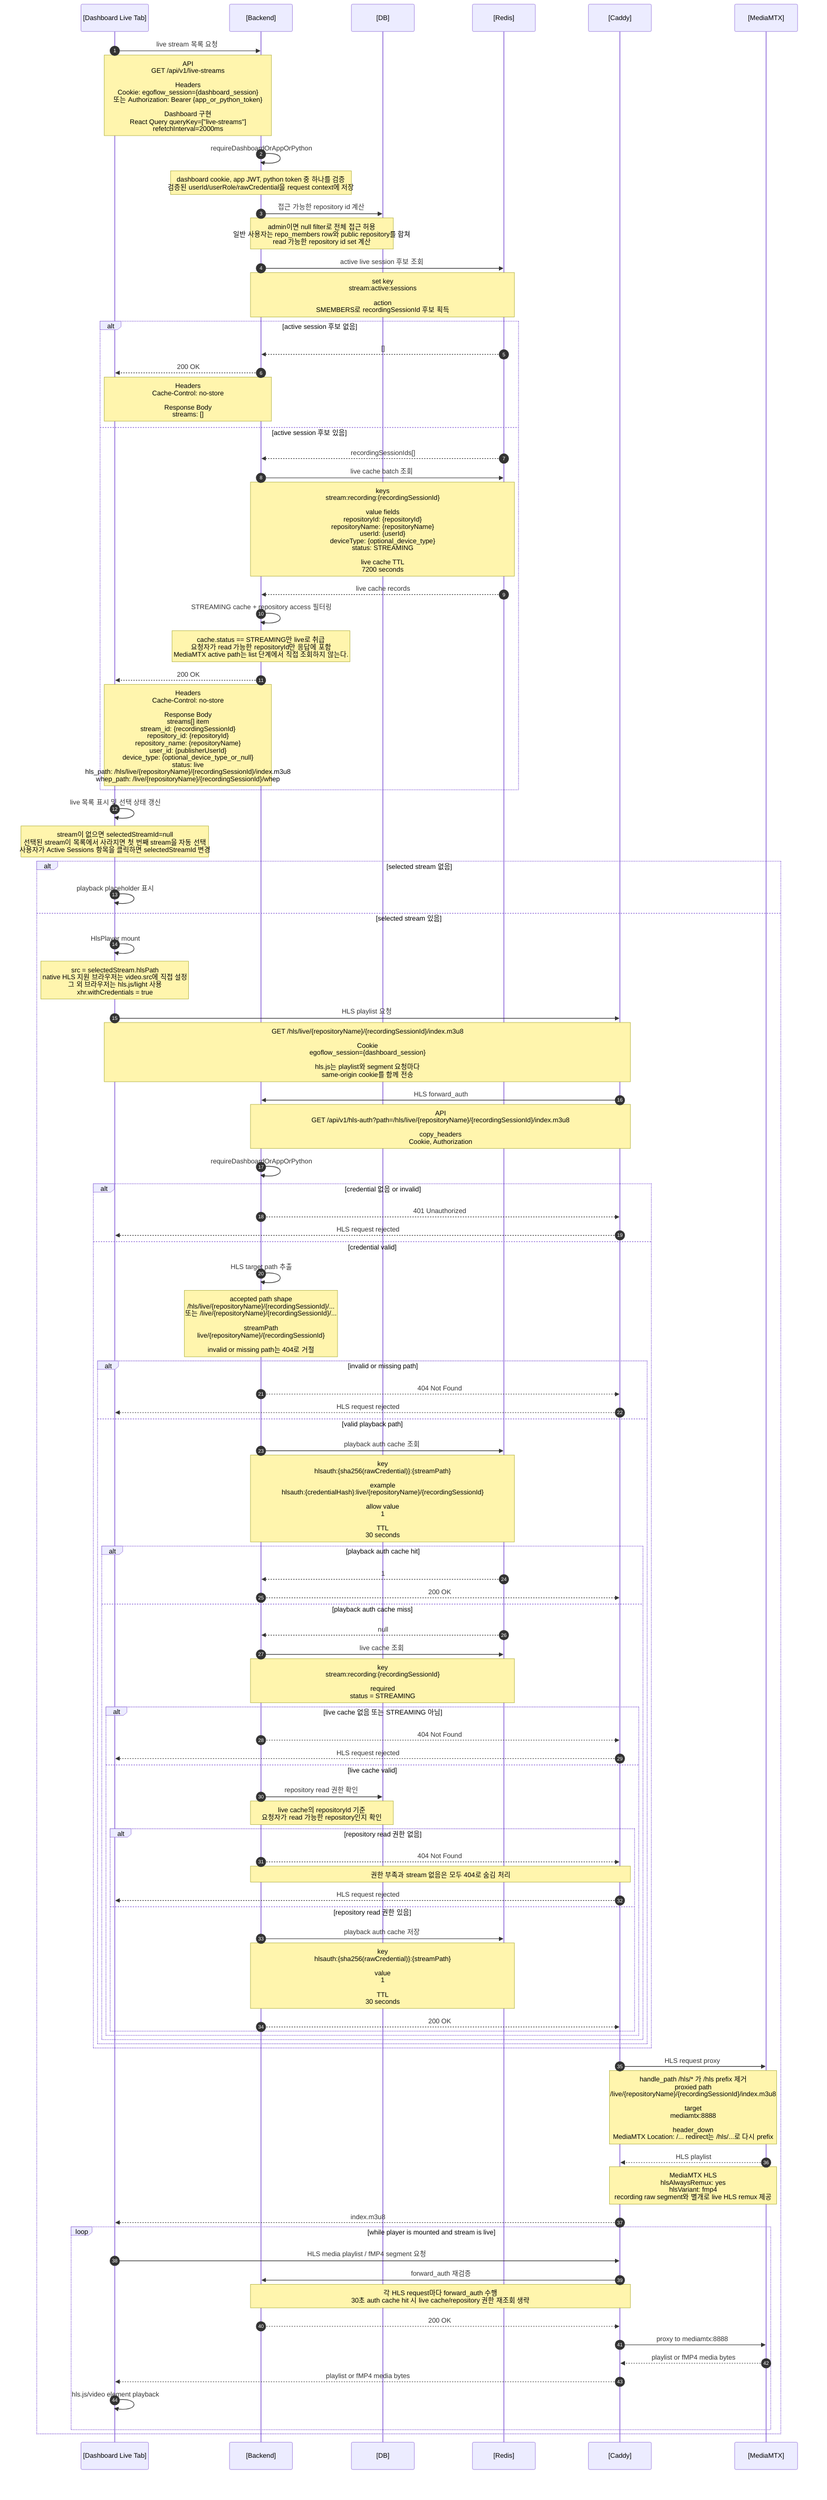
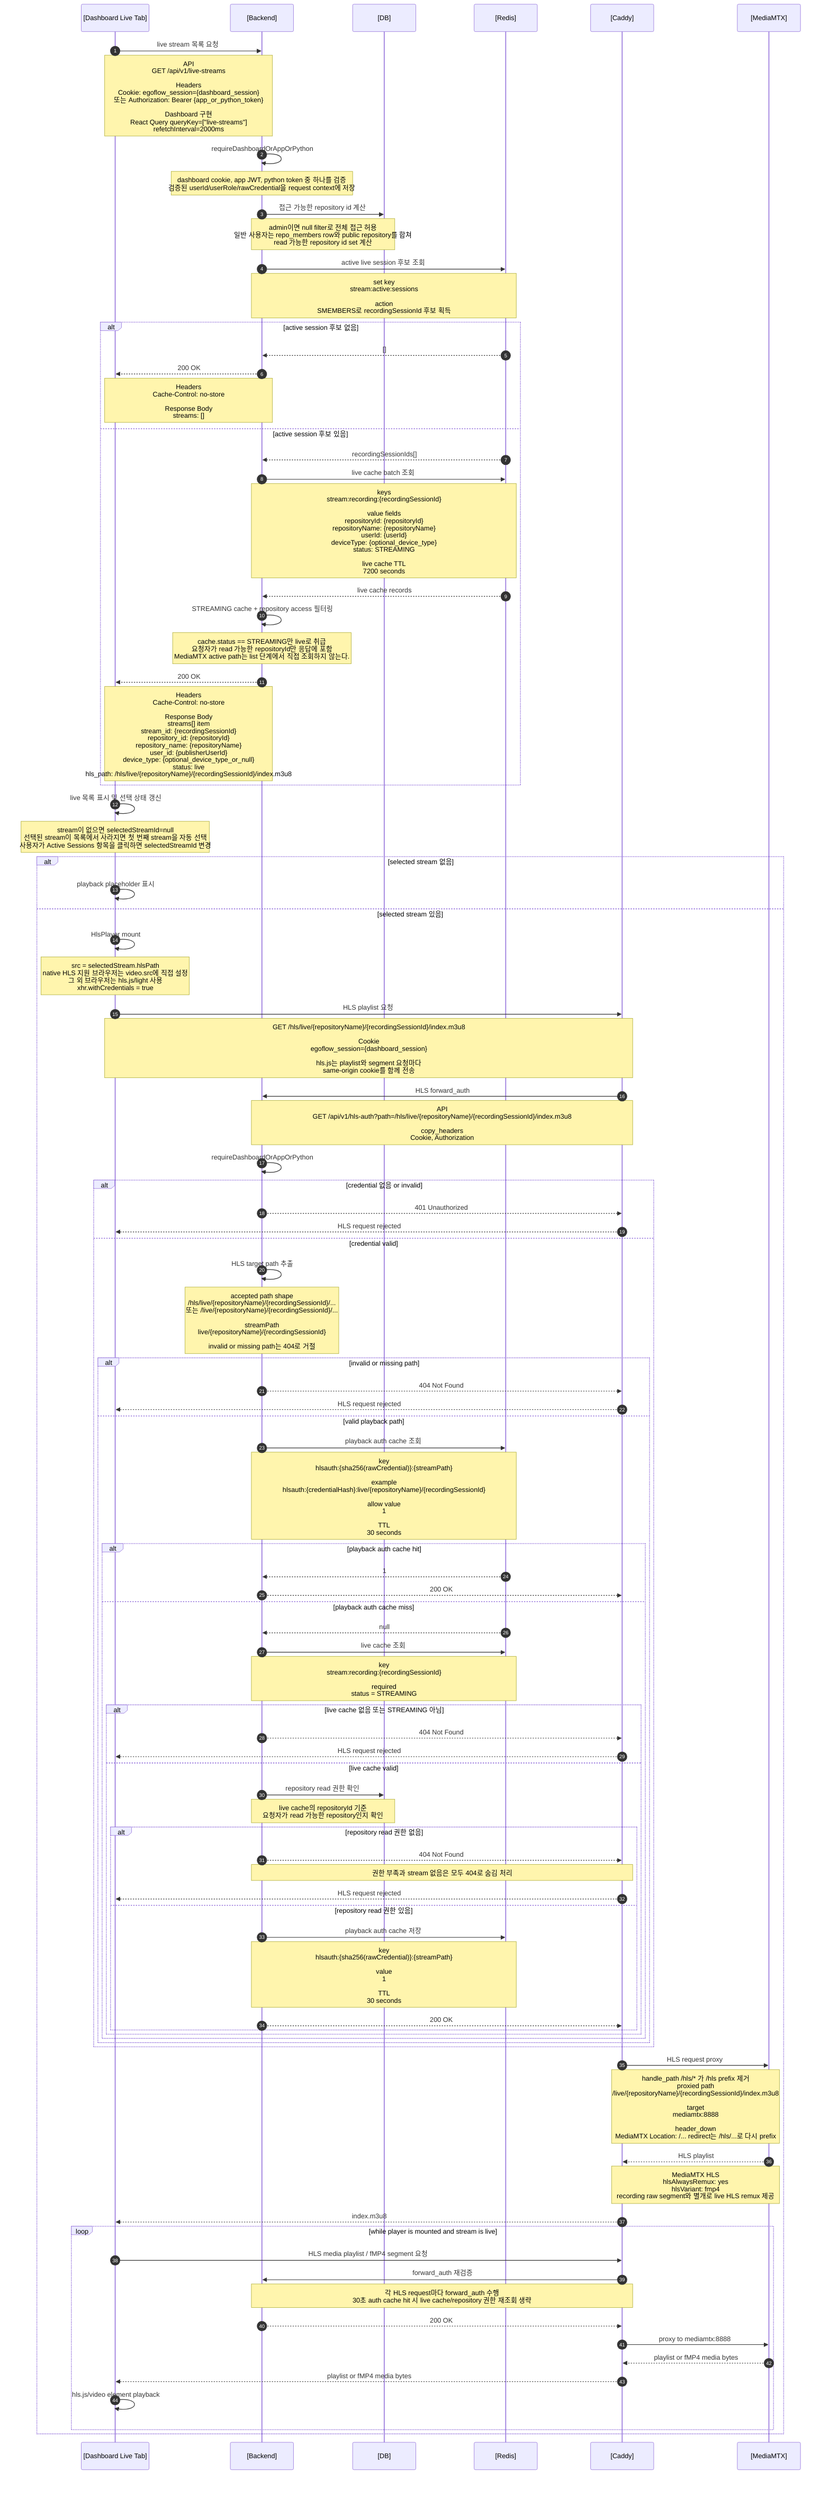
sequenceDiagram
  autonumber
  participant Dashboard as [Dashboard Live Tab]
  participant Backend as [Backend]
  participant DB as [DB]
  participant Redis as [Redis]
  participant Caddy as [Caddy]
  participant MTX as [MediaMTX]

  Dashboard->>Backend: live stream 목록 요청
  Note over Dashboard,Backend: API<br/>GET /api/v1/live-streams<br/><br/>Headers<br/>Cookie: egoflow_session={dashboard_session}<br/>또는 Authorization: Bearer {app_or_python_token}<br/><br/>Dashboard 구현<br/>React Query queryKey=["live-streams"]<br/>refetchInterval=2000ms

  Backend->>Backend: requireDashboardOrAppOrPython
  Note over Backend: dashboard cookie, app JWT, python token 중 하나를 검증<br/>검증된 userId/userRole/rawCredential을 request context에 저장

  Backend->>DB: 접근 가능한 repository id 계산
  Note over Backend,DB: admin이면 null filter로 전체 접근 허용<br/>일반 사용자는 repo_members row와 public repository를 합쳐<br/>read 가능한 repository id set 계산

  Backend->>Redis: active live session 후보 조회
  Note over Backend,Redis: set key<br/>stream:active:sessions<br/><br/>action<br/>SMEMBERS로 recordingSessionId 후보 획득

  alt active session 후보 없음
    Redis-->>Backend: []
    Backend-->>Dashboard: 200 OK
    Note over Backend,Dashboard: Headers<br/>Cache-Control: no-store<br/><br/>Response Body<br/>streams: []
  else active session 후보 있음
    Redis-->>Backend: recordingSessionIds[]
    Backend->>Redis: live cache batch 조회
    Note over Backend,Redis: keys<br/>stream:recording:{recordingSessionId}<br/><br/>value fields<br/>repositoryId: {repositoryId}<br/>repositoryName: {repositoryName}<br/>userId: {userId}<br/>deviceType: {optional_device_type}<br/>status: STREAMING<br/><br/>live cache TTL<br/>7200 seconds

    Redis-->>Backend: live cache records
    Backend->>Backend: STREAMING cache + repository access 필터링
    Note over Backend: cache.status == STREAMING만 live로 취급<br/>요청자가 read 가능한 repositoryId만 응답에 포함<br/>MediaMTX active path는 list 단계에서 직접 조회하지 않는다.

    Backend-->>Dashboard: 200 OK
-     Note over Backend,Dashboard: Headers<br/>Cache-Control: no-store<br/><br/>Response Body<br/>streams[] item<br/>stream_id: {recordingSessionId}<br/>repository_id: {repositoryId}<br/>repository_name: {repositoryName}<br/>user_id: {publisherUserId}<br/>device_type: {optional_device_type_or_null}<br/>status: live<br/>hls_path: /hls/live/{repositoryName}/{recordingSessionId}/index.m3u8<br/>whep_path: /live/{repositoryName}/{recordingSessionId}/whep
+     Note over Backend,Dashboard: Headers<br/>Cache-Control: no-store<br/><br/>Response Body<br/>streams[] item<br/>stream_id: {recordingSessionId}<br/>repository_id: {repositoryId}<br/>repository_name: {repositoryName}<br/>user_id: {publisherUserId}<br/>device_type: {optional_device_type_or_null}<br/>status: live<br/>hls_path: /hls/live/{repositoryName}/{recordingSessionId}/index.m3u8
  end

  Dashboard->>Dashboard: live 목록 표시 및 선택 상태 갱신
  Note over Dashboard: stream이 없으면 selectedStreamId=null<br/>선택된 stream이 목록에서 사라지면 첫 번째 stream을 자동 선택<br/>사용자가 Active Sessions 항목을 클릭하면 selectedStreamId 변경

  alt selected stream 없음
    Dashboard->>Dashboard: playback placeholder 표시
  else selected stream 있음
    Dashboard->>Dashboard: HlsPlayer mount
    Note over Dashboard: src = selectedStream.hlsPath<br/>native HLS 지원 브라우저는 video.src에 직접 설정<br/>그 외 브라우저는 hls.js/light 사용<br/>xhr.withCredentials = true

    Dashboard->>Caddy: HLS playlist 요청
    Note over Dashboard,Caddy: GET /hls/live/{repositoryName}/{recordingSessionId}/index.m3u8<br/><br/>Cookie<br/>egoflow_session={dashboard_session}<br/><br/>hls.js는 playlist와 segment 요청마다<br/>same-origin cookie를 함께 전송

    Caddy->>Backend: HLS forward_auth
    Note over Caddy,Backend: API<br/>GET /api/v1/hls-auth?path=/hls/live/{repositoryName}/{recordingSessionId}/index.m3u8<br/><br/>copy_headers<br/>Cookie, Authorization

    Backend->>Backend: requireDashboardOrAppOrPython
    alt credential 없음 or invalid
      Backend-->>Caddy: 401 Unauthorized
      Caddy-->>Dashboard: HLS request rejected
    else credential valid
    Backend->>Backend: HLS target path 추출
    Note over Backend: accepted path shape<br/>/hls/live/{repositoryName}/{recordingSessionId}/...<br/>또는 /live/{repositoryName}/{recordingSessionId}/...<br/><br/>streamPath<br/>live/{repositoryName}/{recordingSessionId}<br/><br/>invalid or missing path는 404로 거절

    alt invalid or missing path
      Backend-->>Caddy: 404 Not Found
      Caddy-->>Dashboard: HLS request rejected
    else valid playback path
    Backend->>Redis: playback auth cache 조회
    Note over Backend,Redis: key<br/>hlsauth:{sha256(rawCredential)}:{streamPath}<br/><br/>example<br/>hlsauth:{credentialHash}:live/{repositoryName}/{recordingSessionId}<br/><br/>allow value<br/>1<br/><br/>TTL<br/>30 seconds

    alt playback auth cache hit
      Redis-->>Backend: 1
      Backend-->>Caddy: 200 OK
    else playback auth cache miss
      Redis-->>Backend: null
      Backend->>Redis: live cache 조회
      Note over Backend,Redis: key<br/>stream:recording:{recordingSessionId}<br/><br/>required<br/>status = STREAMING

      alt live cache 없음 또는 STREAMING 아님
        Backend-->>Caddy: 404 Not Found
        Caddy-->>Dashboard: HLS request rejected
      else live cache valid
        Backend->>DB: repository read 권한 확인
        Note over Backend,DB: live cache의 repositoryId 기준<br/>요청자가 read 가능한 repository인지 확인

        alt repository read 권한 없음
          Backend-->>Caddy: 404 Not Found
          Note over Backend,Caddy: 권한 부족과 stream 없음은 모두 404로 숨김 처리
          Caddy-->>Dashboard: HLS request rejected
        else repository read 권한 있음
          Backend->>Redis: playback auth cache 저장
          Note over Backend,Redis: key<br/>hlsauth:{sha256(rawCredential)}:{streamPath}<br/><br/>value<br/>1<br/><br/>TTL<br/>30 seconds
          Backend-->>Caddy: 200 OK
        end
      end
    end
    end
    end

    Caddy->>MTX: HLS request proxy
    Note over Caddy,MTX: handle_path /hls/* 가 /hls prefix 제거<br/>proxied path<br/>/live/{repositoryName}/{recordingSessionId}/index.m3u8<br/><br/>target<br/>mediamtx:8888<br/><br/>header_down<br/>MediaMTX Location: /... redirect는 /hls/...로 다시 prefix

    MTX-->>Caddy: HLS playlist
    Note over MTX,Caddy: MediaMTX HLS<br/>hlsAlwaysRemux: yes<br/>hlsVariant: fmp4<br/>recording raw segment와 별개로 live HLS remux 제공
    Caddy-->>Dashboard: index.m3u8

    loop while player is mounted and stream is live
      Dashboard->>Caddy: HLS media playlist / fMP4 segment 요청
      Caddy->>Backend: forward_auth 재검증
      Note over Caddy,Backend: 각 HLS request마다 forward_auth 수행<br/>30초 auth cache hit 시 live cache/repository 권한 재조회 생략
      Backend-->>Caddy: 200 OK
      Caddy->>MTX: proxy to mediamtx:8888
      MTX-->>Caddy: playlist or fMP4 media bytes
      Caddy-->>Dashboard: playlist or fMP4 media bytes
      Dashboard->>Dashboard: hls.js/video element playback
    end
  end

%% 참고:
%% Dashboard live tab은 별도 playback token을 발급받지 않는다.
%% Backend가 반환한 origin-relative hls_path를 그대로 HlsPlayer에 넘기고,
%% browser는 현재 dashboard origin 기준으로 /hls/... 요청을 보낸다.
%% HLS playback 권한 검증은 /api/v1/auth/publish가 아니라 Caddy forward_auth -> /api/v1/hls-auth가 담당한다.
%% MediaMTX read/playback authHTTP callback은 mediamtx.yml authHTTPExclude로 제외되어 있다.
%% stream-not-ready 또는 reconcile로 live pointer가 제거되면 stream:active:sessions와 stream:recording:{recordingSessionId}가 정리되고,
%% 다음 live list에서는 해당 stream이 사라진다. 이후 HLS auth도 stream-not-found로 거절될 수 있다.
